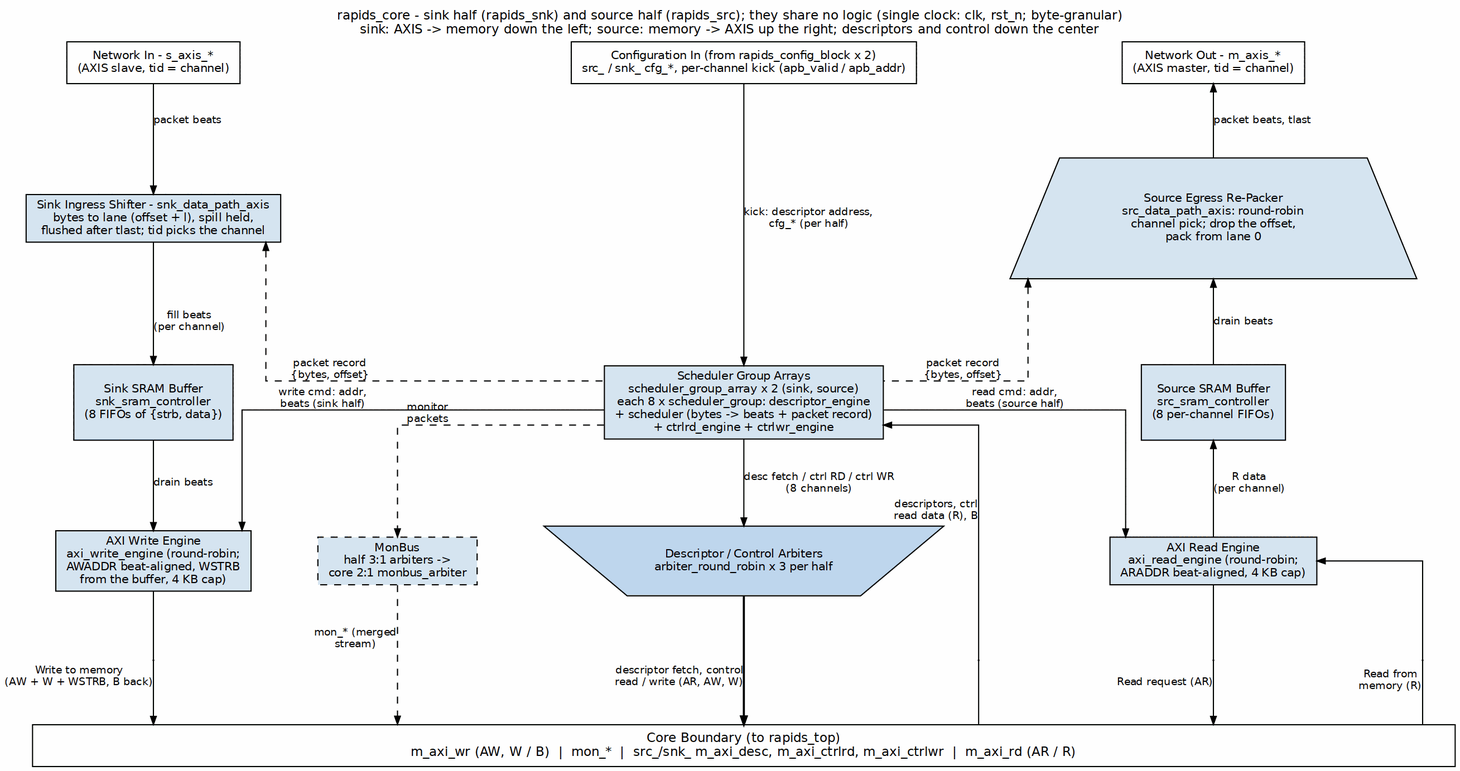
Earlier version of the Graphviz export projects/components/dma-ip/rapids/docs/rapids_mas/assets/graphviz/04_rapids_core.png (sean-galloway/RTLDesignSherpa). Its source is kept beside it as projects/components/dma-ip/rapids/docs/rapids_mas/assets/graphviz/04_rapids_core.dot.
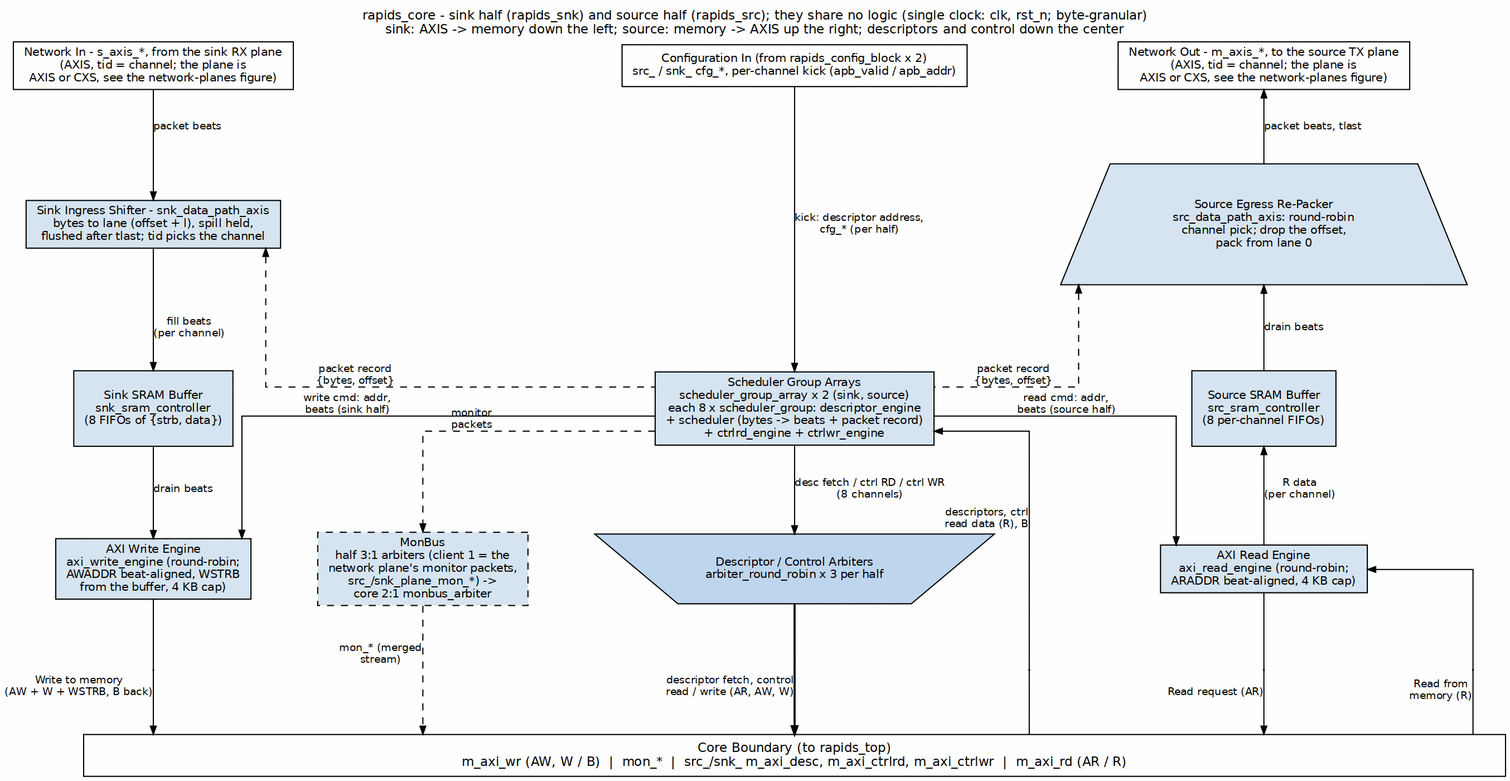
The same diagram one commit later.

The edit, as a diff of the source:
```diff
@@ -7,9 +7,13 @@
            fillcolor="#D6E4F0", color="black", margin="0.12,0.06"];
     edge  [fontname="Helvetica", fontsize=9, color="black", arrowsize=0.7];
 
-    s_axis [label="Network In - s_axis_*\n(AXIS slave, tid = channel)", fillcolor="white", group=L];
+    s_axis [label="Network In - s_axis_*, from the sink RX plane
+(AXIS, tid = channel; the plane is
+AXIS or CXS, see the network-planes figure)", fillcolor="white", group=L];
     s_apb  [label="Configuration In (from rapids_config_block x 2)\nsrc_ / snk_ cfg_*, per-channel kick (apb_valid / apb_addr)", fillcolor="white", group=C];
-    m_axis [label="Network Out - m_axis_*\n(AXIS master, tid = channel)", fillcolor="white", group=R];
+    m_axis [label="Network Out - m_axis_*, to the source TX plane
+(AXIS, tid = channel; the plane is
+AXIS or CXS, see the network-planes figure)", fillcolor="white", group=R];
 
     ingress [label="Sink Ingress Shifter - snk_data_path_axis\nbytes to lane (offset + l), spill held,\nflushed after tlast; tid picks the channel", group=L];
     egress  [label="Source Egress Re-Packer\nsrc_data_path_axis: round-robin\nchannel pick; drop the offset,\npack from lane 0",
@@ -22,7 +26,11 @@
     wr_eng [label="AXI Write Engine\naxi_write_engine (round-robin;\nAWADDR beat-aligned, WSTRB\nfrom the buffer, 4 KB cap)", group=L];
     arb    [label="Descriptor / Control Arbiters\narbiter_round_robin x 3 per half",
             shape=invtrapezium, width=4.2, fillcolor="#BFD7EE", group=C];
-    mon    [label="MonBus\nhalf 3:1 arbiters ->\ncore 2:1 monbus_arbiter", style="filled,dashed"];
+    mon    [label="MonBus
+half 3:1 arbiters (client 1 = the
+network plane's monitor packets,
+src_/snk_plane_mon_*) ->
+core 2:1 monbus_arbiter", style="filled,dashed"];
     rd_eng [label="AXI Read Engine\naxi_read_engine (round-robin;\nARADDR beat-aligned, 4 KB cap)", group=R];
 
     mem [label="Core Boundary (to rapids_top)\nm_axi_wr (AW, W / B)  |  mon_*  |  src_/snk_ m_axi_desc, m_axi_ctrlrd, m_axi_ctrlwr  |  m_axi_rd (AR / R)",
```
